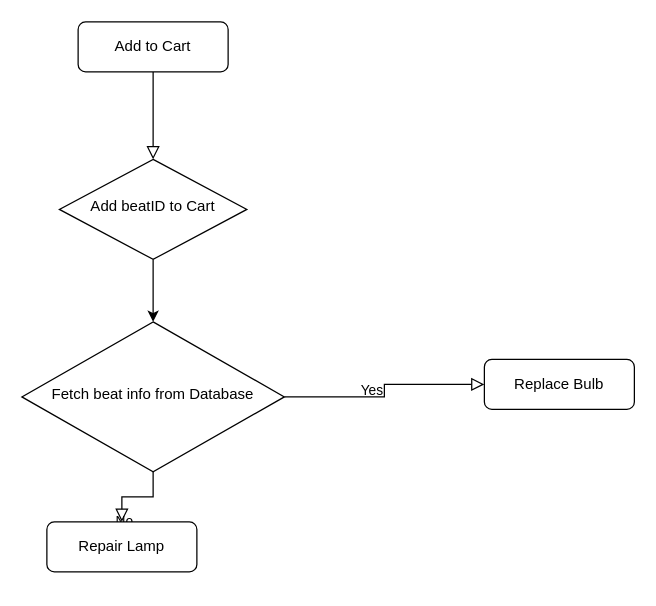
Earlier version of the draw.io diagram Untitled Diagram.drawio (sip357/Music-Store). Source tidied: cells renumbered, new cells numbered last; positions are measured from the earlier drawing's top-left corner, leaving out a move shared by most shapes. Both pictures are drawn from the tidied source at 125%, with x=0, y=0 at pixel (21, 21).
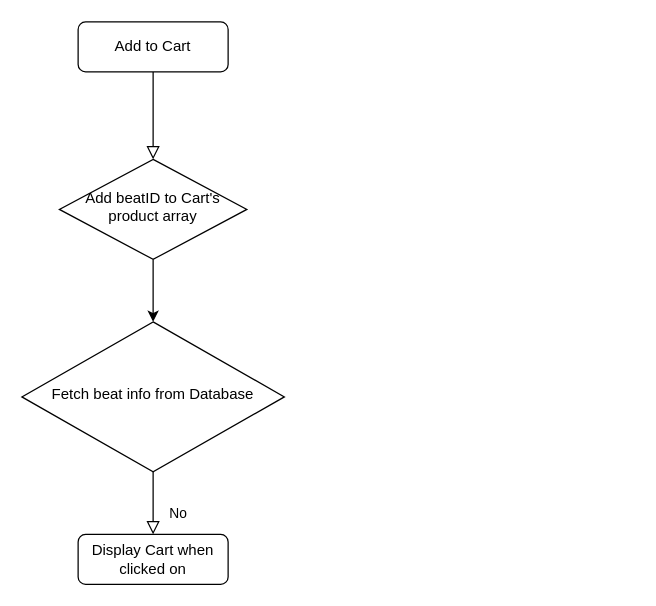
The same page after the edit.

The edit, as a diff of the source:
```diff
@@
 <mxGraphModel>
   <root>
     <mxCell id="0" />
     <mxCell id="1" parent="0" />
     <mxCell id="2" style="rounded=0;html=1;jettySize=auto;fontSize=11;endArrow=block;endFill=0;endSize=8;strokeWidth=1;shadow=0;labelBackgroundColor=none;edgeStyle=orthogonalEdgeStyle;" parent="1" edge="1" source="3" target="4">
       <mxGeometry relative="1" as="geometry" />
     </mxCell>
     <mxCell id="3" value="Add to Cart" style="rounded=1;whiteSpace=wrap;html=1;fontSize=12;glass=0;strokeWidth=1;shadow=0;" parent="1" vertex="1">
       <mxGeometry x="45" width="120" height="40" as="geometry" />
     </mxCell>
-    <mxCell id="4" value="Add beatID to Cart" style="rhombus;whiteSpace=wrap;html=1;shadow=0;fontFamily=Helvetica;fontSize=12;align=center;strokeWidth=1;spacing=6;spacingTop=-4;" parent="1" vertex="1">
+    <mxCell id="4" value="Add beatID to Cart's product array" style="rhombus;whiteSpace=wrap;html=1;shadow=0;fontFamily=Helvetica;fontSize=12;align=center;strokeWidth=1;spacing=6;spacingTop=-4;" parent="1" vertex="1">
       <mxGeometry x="30" y="110" width="150" height="80" as="geometry" />
     </mxCell>
     <mxCell id="5" value="No" style="rounded=0;html=1;jettySize=auto;fontSize=11;endArrow=block;endFill=0;endSize=8;strokeWidth=1;shadow=0;labelBackgroundColor=none;edgeStyle=orthogonalEdgeStyle;" parent="1" edge="1" source="8" target="9">
       <mxGeometry x="0.33" y="20" relative="1" as="geometry" />
     </mxCell>
-    <mxCell id="6" value="Yes" style="edgeStyle=orthogonalEdgeStyle;rounded=0;html=1;jettySize=auto;fontSize=11;endArrow=block;endFill=0;endSize=8;strokeWidth=1;shadow=0;labelBackgroundColor=none;" parent="1" edge="1" source="8" target="10">
-      <mxGeometry y="10" relative="1" as="geometry" />
-    </mxCell>
     <mxCell id="7" style="edgeStyle=none;rounded=0;jettySize=auto;html=1;exitX=0.5;exitY=1;exitDx=0;exitDy=0;" parent="1" edge="1" source="8">
       <mxGeometry relative="1" as="geometry">
         <mxPoint x="105" y="330" as="targetPoint" />
       </mxGeometry>
     </mxCell>
     <mxCell id="8" value="Fetch beat info from Database" style="rhombus;whiteSpace=wrap;html=1;shadow=0;fontFamily=Helvetica;fontSize=12;align=center;strokeWidth=1;spacing=6;spacingTop=-4;" parent="1" vertex="1">
       <mxGeometry y="240" width="210" height="120" as="geometry" />
     </mxCell>
-    <mxCell id="9" value="Repair Lamp" style="rounded=1;whiteSpace=wrap;html=1;fontSize=12;glass=0;strokeWidth=1;shadow=0;" parent="1" vertex="1">
-      <mxGeometry x="20" y="400" width="120" height="40" as="geometry" />
+    <mxCell id="9" value="Display Cart when clicked on" style="rounded=1;whiteSpace=wrap;html=1;fontSize=12;glass=0;strokeWidth=1;shadow=0;" parent="1" vertex="1">
+      <mxGeometry x="45" y="410" width="120" height="40" as="geometry" />
     </mxCell>
-    <mxCell id="10" value="Replace Bulb" style="rounded=1;whiteSpace=wrap;html=1;fontSize=12;glass=0;strokeWidth=1;shadow=0;" parent="1" vertex="1">
-      <mxGeometry x="370" y="270" width="120" height="40" as="geometry" />
-    </mxCell>
     <mxCell id="11" style="endArrow=classic;html=1;rounded=0;exitX=0.5;exitY=1;exitDx=0;exitDy=0;entryX=0.5;entryY=0;entryDx=0;entryDy=0;" parent="1" edge="1" source="4" target="8">
       <mxGeometry relative="1" as="geometry" />
     </mxCell>
   </root>
 </mxGraphModel>
```
